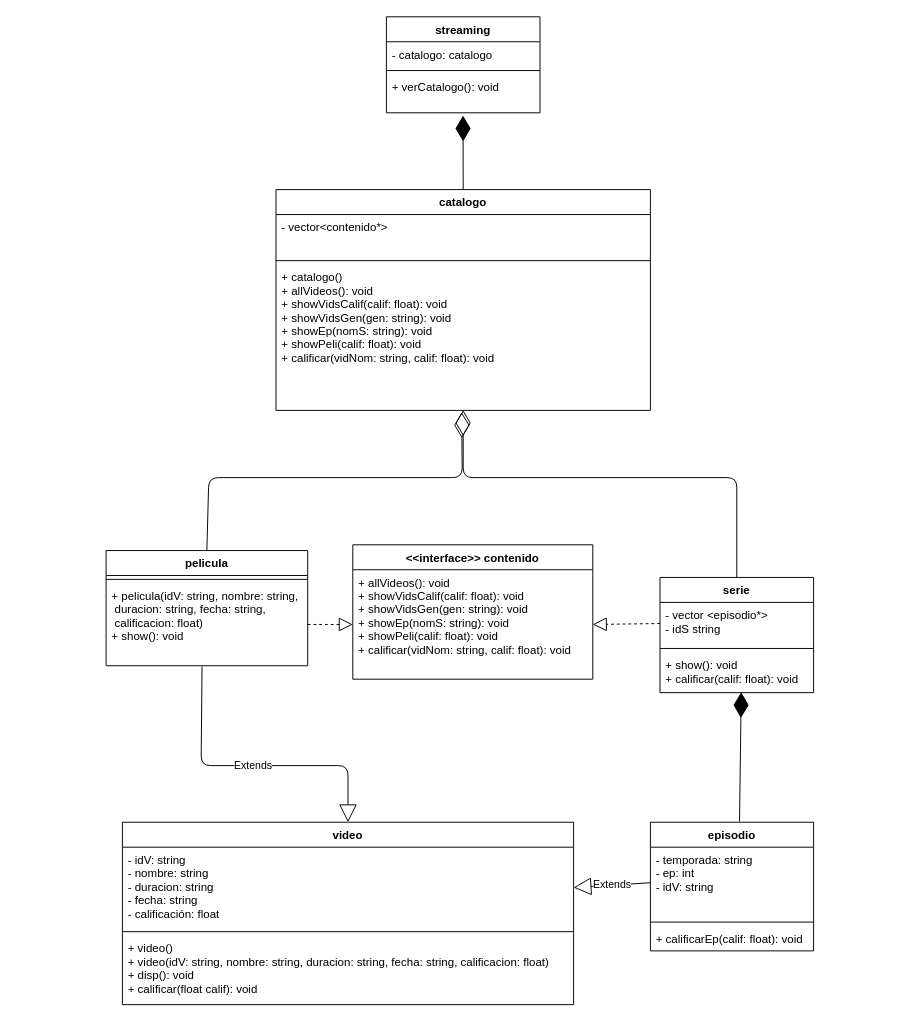
The draw.io diagram streaming 2.drawio in A01750658/proyecto_cpp, before the edit. Source tidied: cells renumbered, new cells numbered last; positions are measured from the earlier drawing's top-left corner, leaving out a move shared by most shapes. Both pictures are drawn from the tidied source at 96%, with x=0, y=0 at pixel (106, 16).
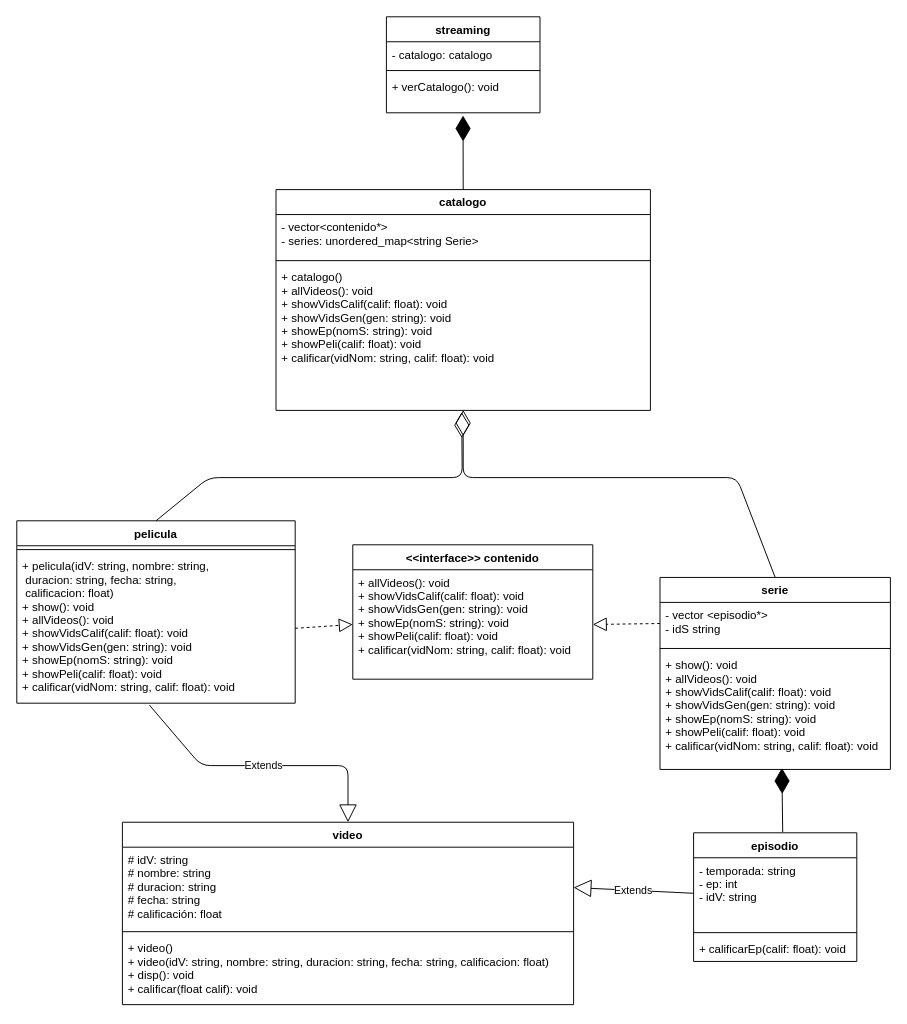
The same diagram, later.

Unchanged cells that the change refers to:
```xml
<mxCell id="3" value="catalogo" style="swimlane;fontStyle=1;align=center;verticalAlign=top;horizontal=1;startSize=26;" parent="1" vertex="1">
  <mxGeometry x="177" y="180" width="390" height="230" as="geometry" />
</mxCell>
<mxCell id="25" value="video" style="swimlane;fontStyle=1;align=center;verticalAlign=top;horizontal=1;startSize=26;" parent="1" vertex="1">
  <mxGeometry x="17" y="839" width="470" height="190" as="geometry" />
</mxCell>
```

Change to the diagram source:
```diff
@@
-    <mxCell id="4" value="- vector&lt;contenido*&gt;" style="text;strokeColor=none;fillColor=none;align=left;verticalAlign=top;spacingLeft=4;spacingRight=4;overflow=hidden;" parent="3" vertex="1">
+    <mxCell id="4" value="- vector&lt;contenido*&gt;&#10;- series: unordered_map&lt;string Serie&gt;" style="text;strokeColor=none;fillColor=none;align=left;verticalAlign=top;spacingLeft=4;spacingRight=4;overflow=hidden;" parent="3" vertex="1">
       <mxGeometry y="26" width="390" height="44" as="geometry" />
     </mxCell>
@@
     <mxCell id="14" value="pelicula" style="swimlane;fontStyle=1;align=center;verticalAlign=top;horizontal=1;startSize=26;" parent="1" vertex="1">
-      <mxGeometry y="556" width="210" height="120" as="geometry" />
+      <mxGeometry x="-93" y="525" width="290" height="190" as="geometry" />
     </mxCell>
     <mxCell id="15" style="line;strokeWidth=1;fillColor=none;align=left;verticalAlign=middle;spacingTop=-1;spacingLeft=3;spacingRight=3;labelPosition=right;strokeColor=inherit;" parent="14" vertex="1">
-      <mxGeometry y="26" width="210" height="8" as="geometry" />
+      <mxGeometry y="26" width="290" height="8" as="geometry" />
     </mxCell>
-    <mxCell id="16" value="+ pelicula(idV: string, nombre: string,&#10; duracion: string, fecha: string,&#10; calificacion: float)&#10;+ show(): void" style="text;strokeColor=none;fillColor=none;align=left;verticalAlign=top;spacingLeft=4;spacingRight=4;overflow=hidden;points=[[0,0.5],[1,0.5]];portConstraint=eastwest;" parent="14" vertex="1">
-      <mxGeometry y="34" width="210" height="86" as="geometry" />
+    <mxCell id="16" value="+ pelicula(idV: string, nombre: string,&#10; duracion: string, fecha: string,&#10; calificacion: float)&#10;+ show(): void&#10;+ allVideos(): void&#10;+ showVidsCalif(calif: float): void&#10;+ showVidsGen(gen: string): void&#10;+ showEp(nomS: string): void&#10;+ showPeli(calif: float): void&#10;+ calificar(vidNom: string, calif: float): void" style="text;strokeColor=none;fillColor=none;align=left;verticalAlign=top;spacingLeft=4;spacingRight=4;overflow=hidden;points=[[0,0.5],[1,0.5]];portConstraint=eastwest;" parent="14" vertex="1">
+      <mxGeometry y="34" width="290" height="156" as="geometry" />
     </mxCell>
     <mxCell id="17" value="serie" style="swimlane;fontStyle=1;align=center;verticalAlign=top;horizontal=1;startSize=26;" parent="1" vertex="1">
-      <mxGeometry x="577" y="584" width="160" height="120" as="geometry" />
+      <mxGeometry x="577" y="584" width="240" height="200" as="geometry" />
     </mxCell>
     <mxCell id="18" value="- vector &lt;episodio*&gt;&#10;- idS string" style="text;strokeColor=none;fillColor=none;align=left;verticalAlign=top;spacingLeft=4;spacingRight=4;overflow=hidden;points=[[0,0.5],[1,0.5]];portConstraint=eastwest;" parent="17" vertex="1">
-      <mxGeometry y="26" width="160" height="44" as="geometry" />
+      <mxGeometry y="26" width="240" height="44" as="geometry" />
     </mxCell>
     <mxCell id="19" style="line;strokeWidth=1;fillColor=none;align=left;verticalAlign=middle;spacingTop=-1;spacingLeft=3;spacingRight=3;labelPosition=right;strokeColor=inherit;" parent="17" vertex="1">
-      <mxGeometry y="70" width="160" height="8" as="geometry" />
+      <mxGeometry y="70" width="240" height="8" as="geometry" />
     </mxCell>
-    <mxCell id="20" value="+ show(): void&#10;+ calificar(calif: float): void" style="text;strokeColor=none;fillColor=none;align=left;verticalAlign=top;spacingLeft=4;spacingRight=4;overflow=hidden;points=[[0,0.5],[1,0.5]];portConstraint=eastwest;" parent="17" vertex="1">
-      <mxGeometry y="78" width="160" height="42" as="geometry" />
+    <mxCell id="20" value="+ show(): void&#10;+ allVideos(): void&#10;+ showVidsCalif(calif: float): void&#10;+ showVidsGen(gen: string): void&#10;+ showEp(nomS: string): void&#10;+ showPeli(calif: float): void&#10;+ calificar(vidNom: string, calif: float): void" style="text;strokeColor=none;fillColor=none;align=left;verticalAlign=top;spacingLeft=4;spacingRight=4;overflow=hidden;points=[[0,0.5],[1,0.5]];portConstraint=eastwest;" parent="17" vertex="1">
+      <mxGeometry y="78" width="240" height="122" as="geometry" />
     </mxCell>
     <mxCell id="21" value="episodio" style="swimlane;fontStyle=1;align=center;verticalAlign=top;horizontal=1;startSize=26;" parent="1" vertex="1">
-      <mxGeometry x="567" y="839" width="170" height="134" as="geometry" />
+      <mxGeometry x="612" y="850" width="170" height="134" as="geometry" />
     </mxCell>
@@
-    <mxCell id="26" value="- idV: string&#10;- nombre: string&#10;- duracion: string&#10;- fecha: string&#10;- calificación: float" style="text;strokeColor=none;fillColor=none;align=left;verticalAlign=top;spacingLeft=4;spacingRight=4;overflow=hidden;points=[[0,0.5],[1,0.5]];portConstraint=eastwest;" parent="25" vertex="1">
+    <mxCell id="26" value="# idV: string&#10;# nombre: string&#10;# duracion: string&#10;# fecha: string&#10;# calificación: float" style="text;strokeColor=none;fillColor=none;align=left;verticalAlign=top;spacingLeft=4;spacingRight=4;overflow=hidden;points=[[0,0.5],[1,0.5]];portConstraint=eastwest;" parent="25" vertex="1">
       <mxGeometry y="26" width="470" height="84" as="geometry" />
     </mxCell>
```
